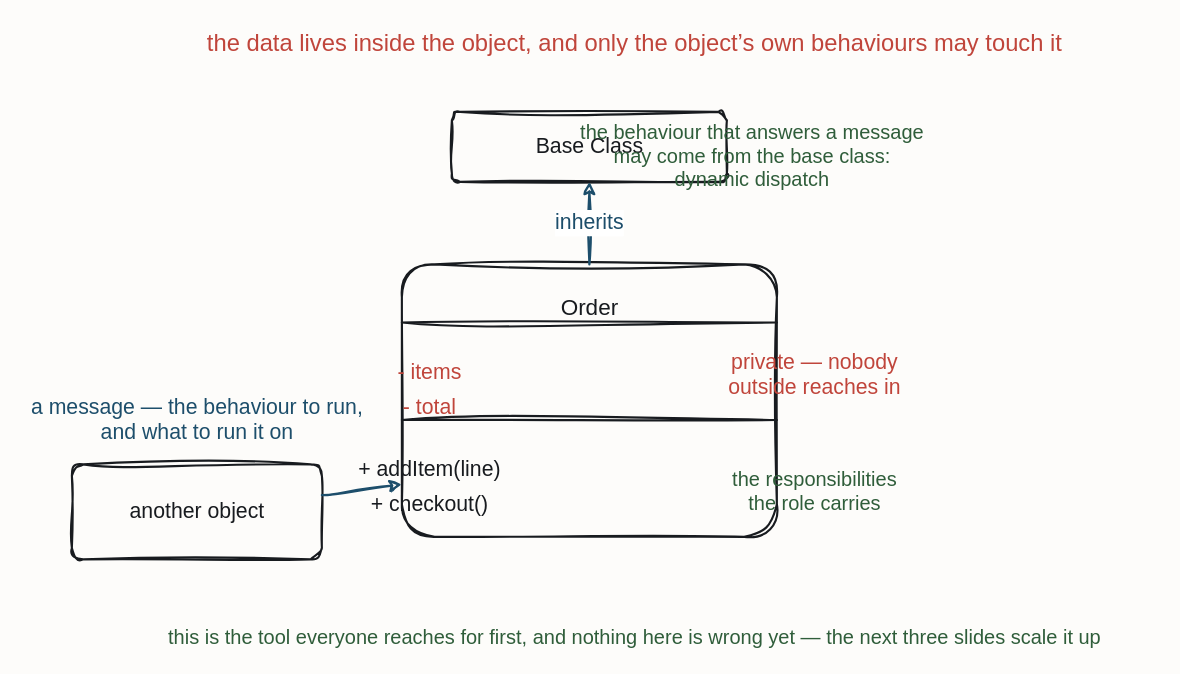
iancooper/practical-messaging keeps this draw.io diagram as resources/flow-oo-class.drawio. Above is the earlier version. Source tidied: cells renumbered, new cells numbered last; positions are measured from the earlier drawing's top-left corner, leaving out a move shared by most shapes. Both pictures are drawn from the tidied source at 125%, with x=0, y=0 at pixel (71, 21).
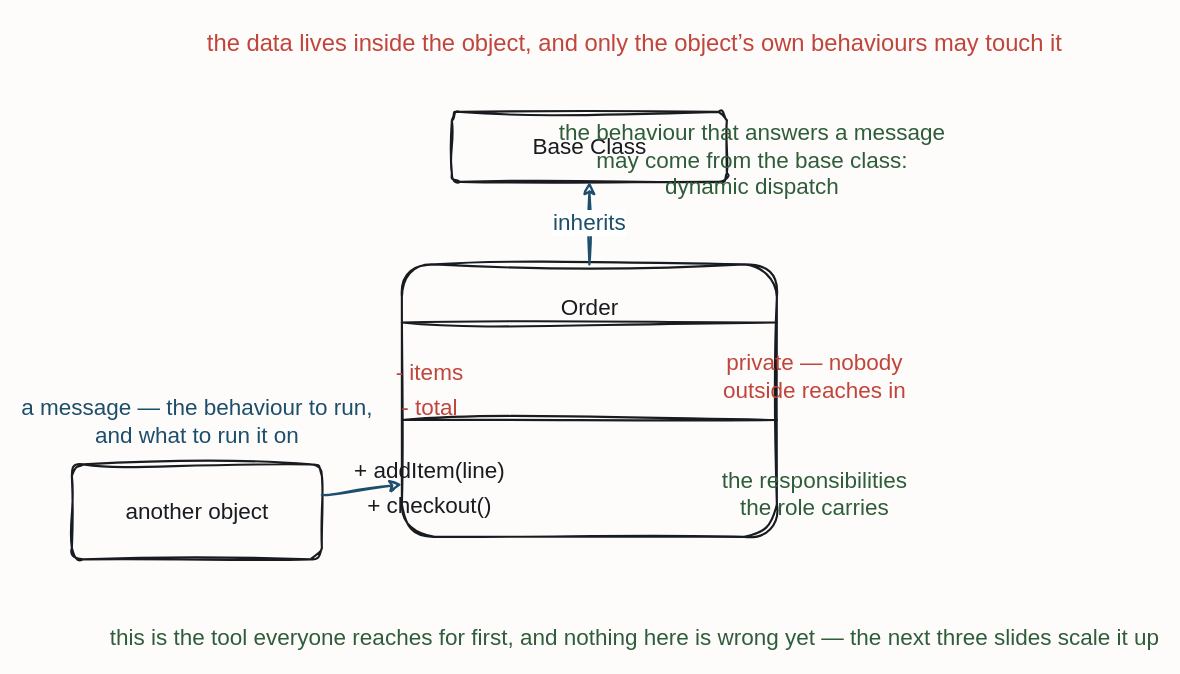
Above is the later version.

The change refers to these unchanged cells:
```xml
<mxCell id="4" style="sketch=1;hachureGap=4;jiggle=2;curveFitting=1;fontFamily=Caveat;html=1;rounded=1;arcSize=12;strokeColor=#181B1F;strokeWidth=1.7;fillColor=none;fontColor=#181B1F;fontSize=15;" parent="1" vertex="1">
  <mxGeometry x="264" y="194" width="300" height="218" as="geometry" />
</mxCell>
```

The edit, as a diff of the source:
```diff
@@
-    <mxCell id="3" value="Base Class" style="sketch=1;hachureGap=4;jiggle=2;curveFitting=1;fontFamily=Caveat;html=1;rounded=1;arcSize=12;strokeColor=#181B1F;strokeWidth=1.7;fillColor=none;fontColor=#181B1F;fontSize=17;" parent="1" vertex="1">
+    <mxCell id="3" value="Base Class" style="sketch=1;hachureGap=4;jiggle=2;curveFitting=1;fontFamily=Caveat;html=1;rounded=1;arcSize=12;strokeColor=#181B1F;strokeWidth=1.7;fillColor=none;fontColor=#181B1F;fontSize=18;" parent="1" vertex="1">
       <mxGeometry x="304" y="72" width="220" height="56" as="geometry" />
     </mxCell>
@@
-    <mxCell id="7" value="- items" style="text;html=1;align=center;fontFamily=Caveat;fontSize=17;fontColor=#C0453B;" parent="1" vertex="1">
+    <mxCell id="7" value="- items" style="text;html=1;align=center;fontFamily=Caveat;fontSize=18;fontColor=#C0453B;" parent="1" vertex="1">
       <mxGeometry x="226" y="264" width="120" height="20" as="geometry" />
     </mxCell>
-    <mxCell id="8" value="- total" style="text;html=1;align=center;fontFamily=Caveat;fontSize=17;fontColor=#C0453B;" parent="1" vertex="1">
+    <mxCell id="8" value="- total" style="text;html=1;align=center;fontFamily=Caveat;fontSize=18;fontColor=#C0453B;" parent="1" vertex="1">
       <mxGeometry x="226" y="292" width="120" height="20" as="geometry" />
     </mxCell>
@@
-    <mxCell id="10" value="+ addItem(line)" style="text;html=1;align=center;fontFamily=Caveat;fontSize=17;fontColor=#181B1F;" parent="1" vertex="1">
+    <mxCell id="10" value="+ addItem(line)" style="text;html=1;align=center;fontFamily=Caveat;fontSize=18;fontColor=#181B1F;" parent="1" vertex="1">
       <mxGeometry x="226" y="342" width="120" height="20" as="geometry" />
     </mxCell>
-    <mxCell id="11" value="+ checkout()" style="text;html=1;align=center;fontFamily=Caveat;fontSize=17;fontColor=#181B1F;" parent="1" vertex="1">
+    <mxCell id="11" value="+ checkout()" style="text;html=1;align=center;fontFamily=Caveat;fontSize=18;fontColor=#181B1F;" parent="1" vertex="1">
       <mxGeometry x="226" y="370" width="120" height="20" as="geometry" />
     </mxCell>
-    <mxCell id="12" value="private — nobody&#10;outside reaches in" style="text;html=1;align=center;fontFamily=Caveat;fontSize=17;fontColor=#C0453B;" parent="1" vertex="1">
+    <mxCell id="12" value="private — nobody&#10;outside reaches in" style="text;html=1;align=center;fontFamily=Caveat;fontSize=18;fontColor=#C0453B;" parent="1" vertex="1">
       <mxGeometry x="534" y="256" width="120" height="20" as="geometry" />
     </mxCell>
-    <mxCell id="13" value="the responsibilities&#10;the role carries" style="text;html=1;align=center;fontFamily=Caveat;fontSize=16;fontColor=#2F5D3A;" parent="1" vertex="1">
+    <mxCell id="13" value="the responsibilities&#10;the role carries" style="text;html=1;align=center;fontFamily=Caveat;fontSize=18;fontColor=#2F5D3A;" parent="1" vertex="1">
       <mxGeometry x="534" y="350" width="120" height="20" as="geometry" />
     </mxCell>
-    <mxCell id="14" value="the behaviour that answers a message&#10;may come from the base class:&#10;dynamic dispatch" style="text;html=1;align=center;fontFamily=Caveat;fontSize=16;fontColor=#2F5D3A;" parent="1" vertex="1">
+    <mxCell id="14" value="the behaviour that answers a message&#10;may come from the base class:&#10;dynamic dispatch" style="text;html=1;align=center;fontFamily=Caveat;fontSize=18;fontColor=#2F5D3A;" parent="1" vertex="1">
       <mxGeometry x="484" y="72" width="120" height="20" as="geometry" />
     </mxCell>
-    <mxCell id="15" value="another object" style="sketch=1;hachureGap=4;jiggle=2;curveFitting=1;fontFamily=Caveat;html=1;rounded=1;arcSize=12;strokeColor=#181B1F;strokeWidth=1.7;fillColor=none;fontColor=#181B1F;fontSize=17;" parent="1" vertex="1">
+    <mxCell id="15" value="another object" style="sketch=1;hachureGap=4;jiggle=2;curveFitting=1;fontFamily=Caveat;html=1;rounded=1;arcSize=12;strokeColor=#181B1F;strokeWidth=1.7;fillColor=none;fontColor=#181B1F;fontSize=18;" parent="1" vertex="1">
       <mxGeometry y="354" width="200" height="76" as="geometry" />
     </mxCell>
-    <mxCell id="16" value="a message — the behaviour to run,&#10;and what to run it on" style="text;html=1;align=center;fontFamily=Caveat;fontSize=17;fontColor=#1D4E6B;" parent="1" vertex="1">
+    <mxCell id="16" value="a message — the behaviour to run,&#10;and what to run it on" style="text;html=1;align=center;fontFamily=Caveat;fontSize=18;fontColor=#1D4E6B;" parent="1" vertex="1">
       <mxGeometry x="40" y="292" width="120" height="20" as="geometry" />
     </mxCell>
-    <mxCell id="17" value="this is the tool everyone reaches for first, and nothing here is wrong yet — the next three slides scale it up" style="text;html=1;align=center;fontFamily=Caveat;fontSize=16;fontColor=#2F5D3A;" parent="1" vertex="1">
+    <mxCell id="17" value="this is the tool everyone reaches for first, and nothing here is wrong yet — the next three slides scale it up" style="text;html=1;align=center;fontFamily=Caveat;fontSize=18;fontColor=#2F5D3A;" parent="1" vertex="1">
       <mxGeometry x="390" y="476" width="120" height="20" as="geometry" />
     </mxCell>
-    <mxCell id="18" value="inherits" style="sketch=1;jiggle=2;curveFitting=1;edgeStyle=none;rounded=0;strokeColor=#1D4E6B;strokeWidth=1.8;fontFamily=Caveat;fontSize=17;fontColor=#1D4E6B;html=1;exitX=0.5;exitY=0.0;exitDx=0;exitDy=0;entryX=0.5;entryY=1.0;entryDx=0;entryDy=0;" parent="1" edge="1" source="4" target="3">
+    <mxCell id="18" value="inherits" style="sketch=1;jiggle=2;curveFitting=1;edgeStyle=none;rounded=0;strokeColor=#1D4E6B;strokeWidth=1.8;fontFamily=Caveat;fontSize=18;fontColor=#1D4E6B;html=1;exitX=0.5;exitY=0.0;exitDx=0;exitDy=0;entryX=0.5;entryY=1.0;entryDx=0;entryDy=0;" parent="1" edge="1" source="4" target="3">
       <mxGeometry relative="1" as="geometry" />
     </mxCell>
-    <mxCell id="19" style="sketch=1;jiggle=2;curveFitting=1;edgeStyle=none;rounded=0;strokeColor=#1D4E6B;strokeWidth=1.8;fontFamily=Caveat;fontSize=17;fontColor=#1D4E6B;html=1;" parent="1" edge="1" source="15">
+    <mxCell id="19" style="sketch=1;jiggle=2;curveFitting=1;edgeStyle=none;rounded=0;strokeColor=#1D4E6B;strokeWidth=1.8;fontFamily=Caveat;fontSize=18;fontColor=#1D4E6B;html=1;" parent="1" edge="1" source="15">
       <mxGeometry relative="1" as="geometry">
         <mxPoint x="264" y="370" as="targetPoint" />
       </mxGeometry>
     </mxCell>
```
